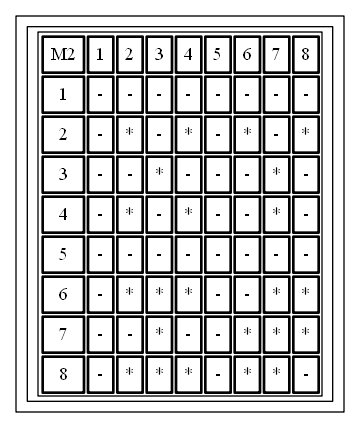
The Graphviz diagram matrix.png in ifigueroa065/IPC2_Proyecto2_201904013, before a commit. Its source is kept beside it as matrix.dot. Source of this version:
```dot
digraph G {

                subgraph cluster1 {

                node [  shape = "box" ]
                a0 [ label= <
                <TABLE border="1" cellspacing= "1" cellpadding="5">
                        <TR><TD border="2">M2</TD>
                                    <TD border="2">1</TD>


                                    <TD border="2">2</TD>


                                    <TD border="2">3</TD>


                                    <TD border="2">4</TD>


                                    <TD border="2">5</TD>


                                    <TD border="2">6</TD>


                                    <TD border="2">7</TD>


                                    <TD border="2">8</TD>

                                    </TR><TR><TD border="2">1</TD><TD border="2">-</TD>
<TD border="2">-</TD>
<TD border="2">-</TD>
<TD border="2">-</TD>
<TD border="2">-</TD>
<TD border="2">-</TD>
<TD border="2">-</TD>
<TD border="2">-</TD>
</TR>
<TR><TD border="2">2</TD><TD border="2">-</TD>
<TD border="2">*</TD>
<TD border="2">-</TD>
<TD border="2">*</TD>
<TD border="2">-</TD>
<TD border="2">*</TD>
<TD border="2">-</TD>
<TD border="2">*</TD>
</TR>
<TR><TD border="2">3</TD><TD border="2">-</TD>
<TD border="2">-</TD>
<TD border="2">*</TD>
<TD border="2">-</TD>
<TD border="2">-</TD>
<TD border="2">-</TD>
<TD border="2">*</TD>
<TD border="2">-</TD>
</TR>
<TR><TD border="2">4</TD><TD border="2">-</TD>
<TD border="2">*</TD>
<TD border="2">-</TD>
<TD border="2">*</TD>
<TD border="2">-</TD>
<TD border="2">-</TD>
<TD border="2">*</TD>
<TD border="2">-</TD>
</TR>
<TR><TD border="2">5</TD><TD border="2">-</TD>
<TD border="2">-</TD>
<TD border="2">-</TD>
<TD border="2">-</TD>
<TD border="2">-</TD>
<TD border="2">-</TD>
<TD border="2">-</TD>
<TD border="2">-</TD>
</TR>
<TR><TD border="2">6</TD><TD border="2">-</TD>
<TD border="2">*</TD>
<TD border="2">*</TD>
<TD border="2">*</TD>
<TD border="2">-</TD>
<TD border="2">-</TD>
<TD border="2">*</TD>
<TD border="2">*</TD>
</TR>
<TR><TD border="2">7</TD><TD border="2">-</TD>
<TD border="2">-</TD>
<TD border="2">*</TD>
<TD border="2">-</TD>
<TD border="2">-</TD>
<TD border="2">*</TD>
<TD border="2">*</TD>
<TD border="2">*</TD>
</TR>
<TR><TD border="2">8</TD><TD border="2">-</TD>
<TD border="2">*</TD>
<TD border="2">*</TD>
<TD border="2">*</TD>
<TD border="2">-</TD>
<TD border="2">*</TD>
<TD border="2">*</TD>
<TD border="2">-</TD>
</TR>


                    </TABLE>>];


                    }


                    }
```
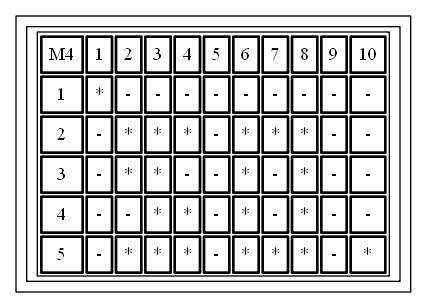
After the change.

What changed in the source:
```diff
@@ -5,7 +5,7 @@
                 node [  shape = "box" ]
                 a0 [ label= <
                 <TABLE border="1" cellspacing= "1" cellpadding="5">
-                        <TR><TD border="2">M2</TD>
+                        <TR><TD border="2">M4</TD>
                                     <TD border="2">1</TD>
 
 
@@ -29,7 +29,15 @@
 
                                     <TD border="2">8</TD>
 
-                                    </TR><TR><TD border="2">1</TD><TD border="2">-</TD>
+
+                                    <TD border="2">9</TD>
+
+
+                                    <TD border="2">10</TD>
+
+                                    </TR><TR><TD border="2">1</TD><TD border="2">*</TD>
+<TD border="2">-</TD>
+<TD border="2">-</TD>
 <TD border="2">-</TD>
 <TD border="2">-</TD>
 <TD border="2">-</TD>
@@ -40,66 +48,47 @@
 </TR>
 <TR><TD border="2">2</TD><TD border="2">-</TD>
 <TD border="2">*</TD>
+<TD border="2">*</TD>
+<TD border="2">*</TD>
+<TD border="2">-</TD>
+<TD border="2">*</TD>
+<TD border="2">*</TD>
+<TD border="2">*</TD>
+<TD border="2">-</TD>
+<TD border="2">-</TD>
+</TR>
+<TR><TD border="2">3</TD><TD border="2">-</TD>
+<TD border="2">*</TD>
+<TD border="2">*</TD>
+<TD border="2">-</TD>
 <TD border="2">-</TD>
 <TD border="2">*</TD>
 <TD border="2">-</TD>
 <TD border="2">*</TD>
 <TD border="2">-</TD>
-<TD border="2">*</TD>
-</TR>
-<TR><TD border="2">3</TD><TD border="2">-</TD>
-<TD border="2">-</TD>
-<TD border="2">*</TD>
-<TD border="2">-</TD>
-<TD border="2">-</TD>
-<TD border="2">-</TD>
-<TD border="2">*</TD>
 <TD border="2">-</TD>
 </TR>
 <TR><TD border="2">4</TD><TD border="2">-</TD>
+<TD border="2">-</TD>
+<TD border="2">*</TD>
+<TD border="2">*</TD>
+<TD border="2">-</TD>
 <TD border="2">*</TD>
 <TD border="2">-</TD>
 <TD border="2">*</TD>
 <TD border="2">-</TD>
 <TD border="2">-</TD>
-<TD border="2">*</TD>
-<TD border="2">-</TD>
 </TR>
 <TR><TD border="2">5</TD><TD border="2">-</TD>
-<TD border="2">-</TD>
-<TD border="2">-</TD>
-<TD border="2">-</TD>
-<TD border="2">-</TD>
-<TD border="2">-</TD>
-<TD border="2">-</TD>
-<TD border="2">-</TD>
-</TR>
-<TR><TD border="2">6</TD><TD border="2">-</TD>
-<TD border="2">*</TD>
-<TD border="2">*</TD>
-<TD border="2">*</TD>
-<TD border="2">-</TD>
-<TD border="2">-</TD>
-<TD border="2">*</TD>
-<TD border="2">*</TD>
-</TR>
-<TR><TD border="2">7</TD><TD border="2">-</TD>
-<TD border="2">-</TD>
-<TD border="2">*</TD>
-<TD border="2">-</TD>
-<TD border="2">-</TD>
-<TD border="2">*</TD>
-<TD border="2">*</TD>
-<TD border="2">*</TD>
-</TR>
-<TR><TD border="2">8</TD><TD border="2">-</TD>
 <TD border="2">*</TD>
 <TD border="2">*</TD>
 <TD border="2">*</TD>
 <TD border="2">-</TD>
 <TD border="2">*</TD>
 <TD border="2">*</TD>
+<TD border="2">*</TD>
 <TD border="2">-</TD>
+<TD border="2">*</TD>
 </TR>
 
 
```
